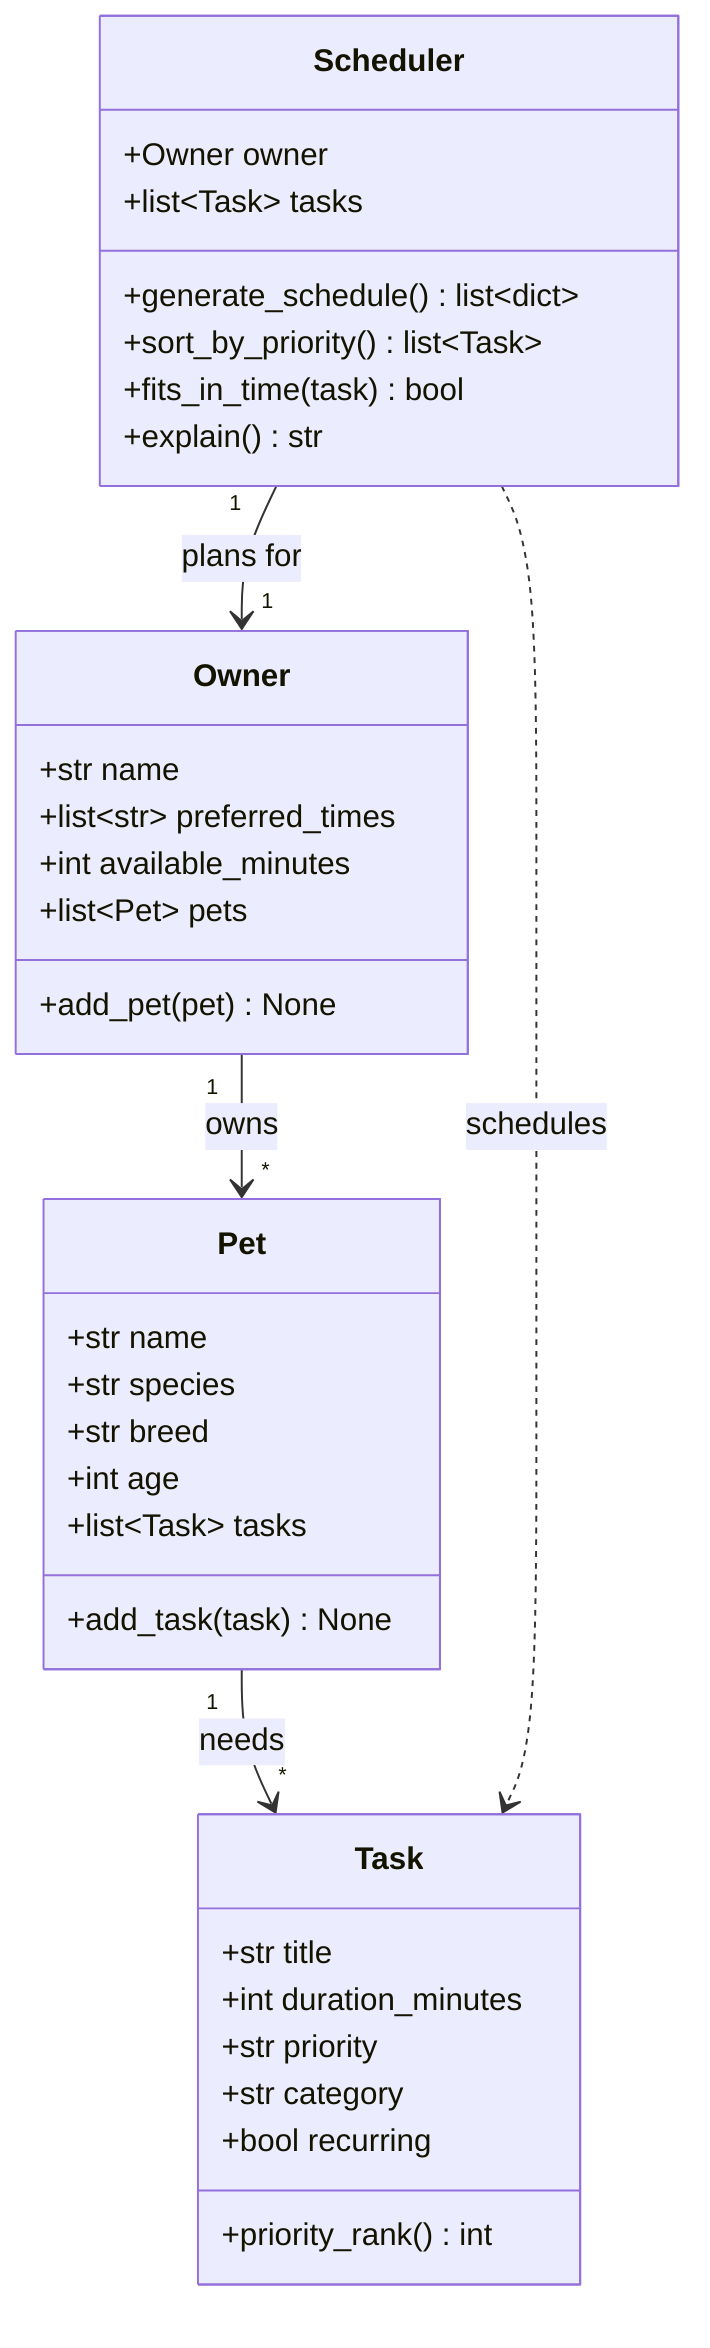
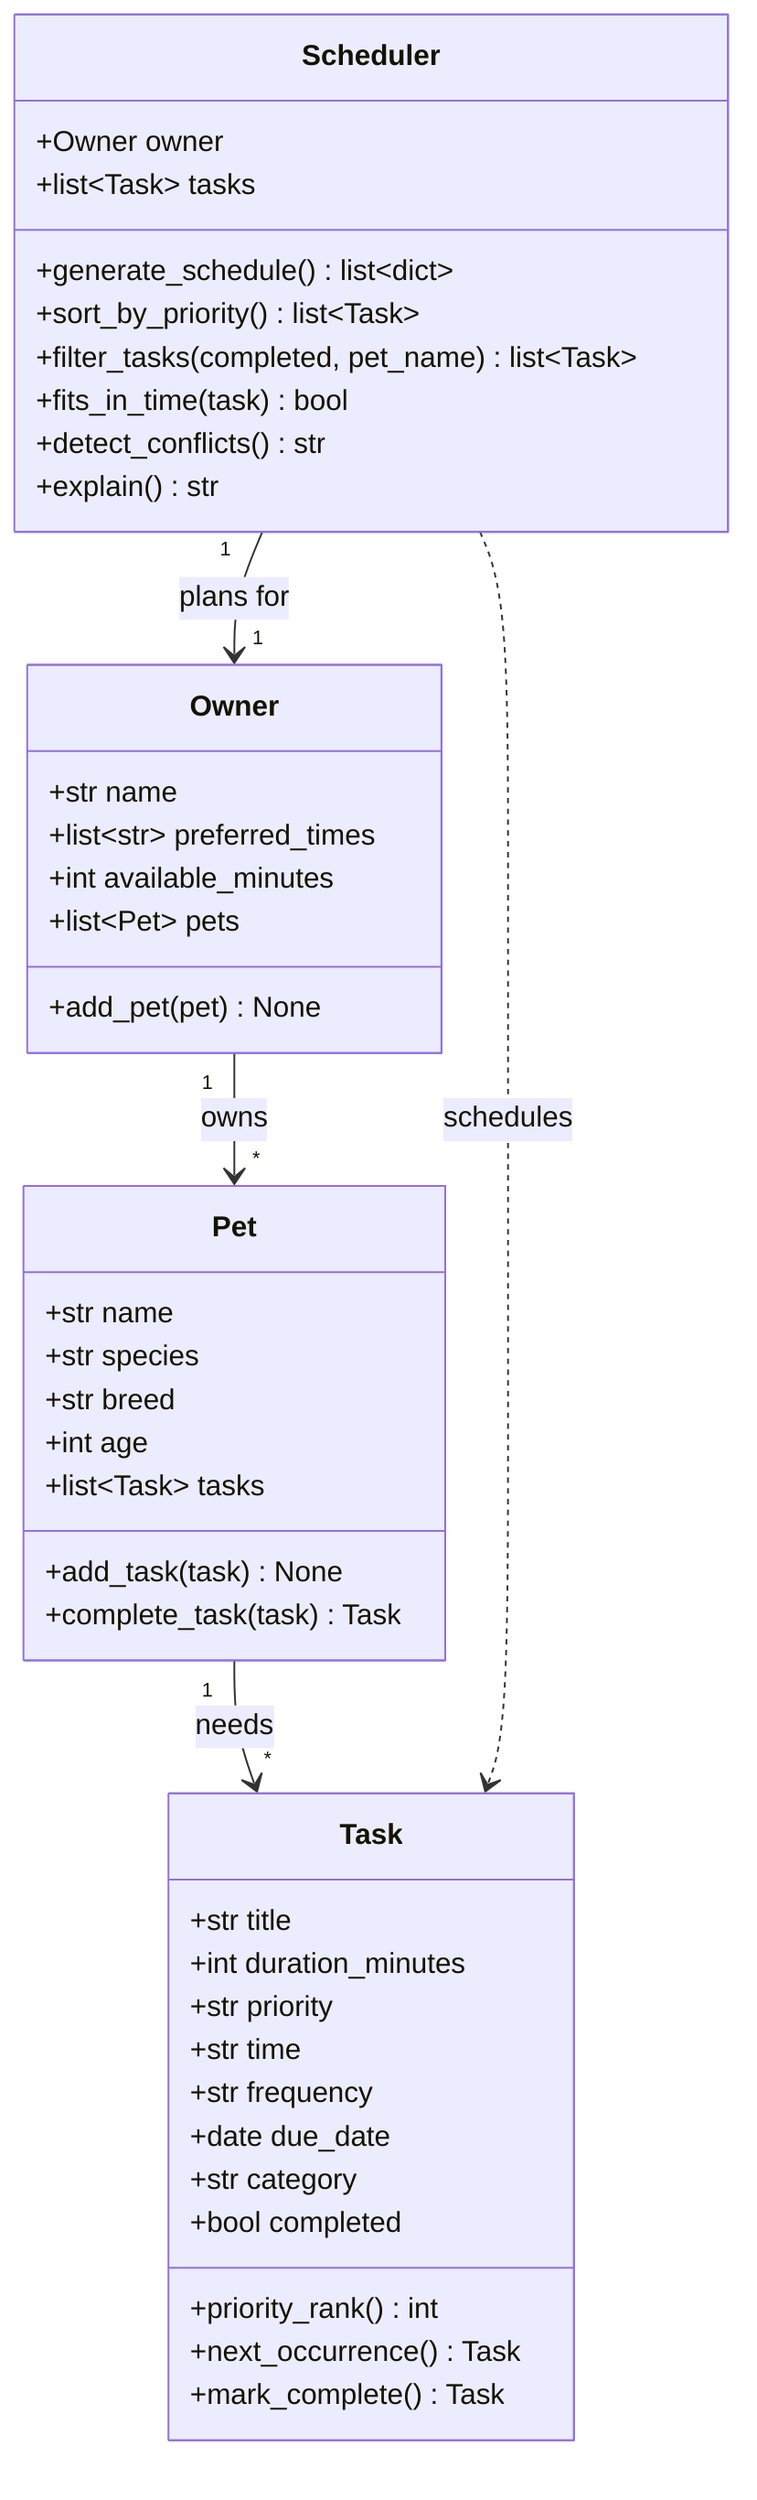
classDiagram
    %% PawPal+ — smart pet care planner
    %% Four core classes: Owner, Pet, Task, Scheduler
    %% Keep this in sync with the implementation as it evolves.

    class Owner {
        +str name
        +list~str~ preferred_times
        +int available_minutes
        +list~Pet~ pets
        +add_pet(pet) None
    }

    class Pet {
        +str name
        +str species
        +str breed
        +int age
        +list~Task~ tasks
        +add_task(task) None
+         +complete_task(task) Task
    }

    class Task {
        +str title
        +int duration_minutes
        +str priority
+         +str time
+         +str frequency
+         +date due_date
        +str category
-         +bool recurring
+         +bool completed
        +priority_rank() int
+         +next_occurrence() Task
+         +mark_complete() Task
    }

    class Scheduler {
        +Owner owner
        +list~Task~ tasks
        +generate_schedule() list~dict~
        +sort_by_priority() list~Task~
+         +filter_tasks(completed, pet_name) list~Task~
        +fits_in_time(task) bool
+         +detect_conflicts() str
        +explain() str
    }

    Owner "1" --> "*" Pet : owns
    Pet "1" --> "*" Task : needs
    Scheduler "1" --> "1" Owner : plans for
    Scheduler ..> Task : schedules
